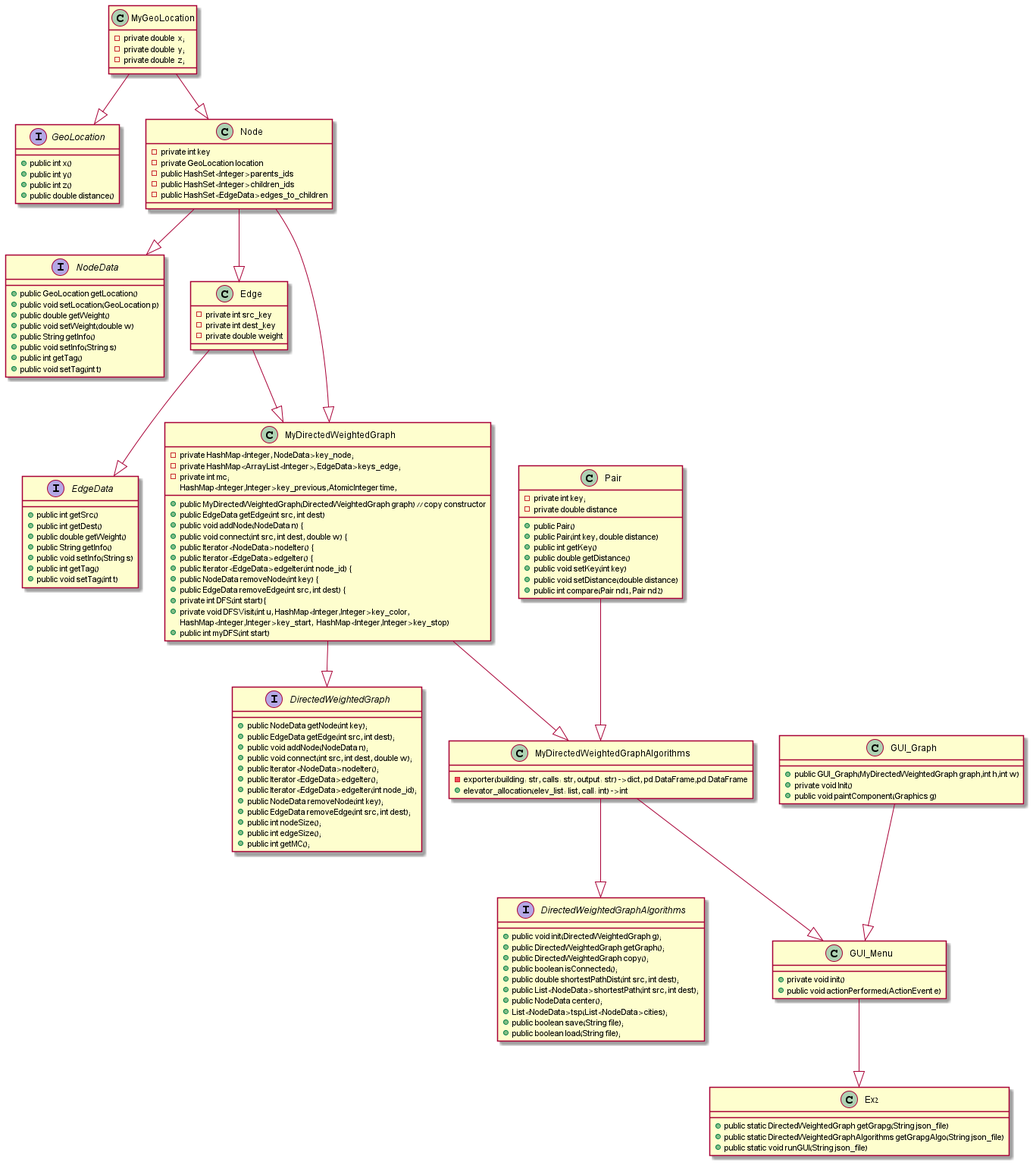
Earlier version of the PlantUML export diagram.png (haimgoldfisher/OOP_Ex2).
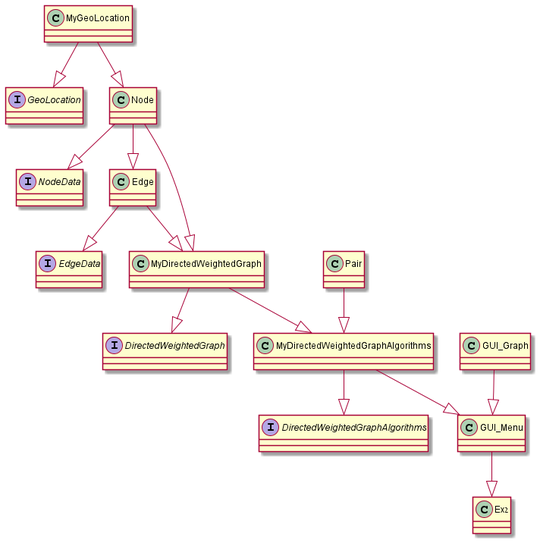
After the change.

The edit, as a diff of the source:
```diff
@@ -3,149 +3,74 @@
 
 interface GeoLocation
 {
-    + public int x()
-    + public int y()
-    + public int z()
-    + public double distance()
+
 }
 
 class MyGeoLocation
 {
-    - private double  x;
-    - private double  y;
-    - private double  z;
+
 }
 
 interface NodeData
 {
-	+ public GeoLocation getLocation()
-	+ public void setLocation(GeoLocation p)
-	+ public double getWeight()
-	+ public void setWeight(double w)
-	+ public String getInfo()
-	+ public void setInfo(String s)
-	+ public int getTag()
-	+ public void setTag(int t)
+
 }
 
 class Node
 {
-    - private int key
-    - private GeoLocation location
-    - public HashSet<Integer> parents_ids
-    - public HashSet<Integer> children_ids
-    - public HashSet<EdgeData> edges_to_children
+
 }
 
 interface EdgeData
 {
-    + public int getSrc()
-    + public int getDest()
-    + public double getWeight()
-    + public String getInfo()
-    + public void setInfo(String s)
-    + public int getTag()
-    + public void setTag(int t)
+
 }
 
 class Edge
 {
-    - private int src_key
-    - private int dest_key
-    - private double weight
+
 }
 
 interface DirectedWeightedGraph
 {
-   	+ public NodeData getNode(int key);
-   	+ public EdgeData getEdge(int src, int dest);
-   	+ public void addNode(NodeData n);
-   	+ public void connect(int src, int dest, double w);
-   	+ public Iterator<NodeData> nodeIter();
-   	+ public Iterator<EdgeData> edgeIter();
-   	+ public Iterator<EdgeData> edgeIter(int node_id);
-   	+ public NodeData removeNode(int key);
-   	+ public EdgeData removeEdge(int src, int dest);
-   	+ public int nodeSize();
-    + public int edgeSize();
-    + public int getMC();
+
 }
 
 class MyDirectedWeightedGraph
 {
-     - private HashMap<Integer, NodeData> key_node;
-     - private HashMap<ArrayList<Integer>, EdgeData> keys_edge;
-     - private int mc;
-     + public MyDirectedWeightedGraph(DirectedWeightedGraph graph) // copy constructor
-     + public EdgeData getEdge(int src, int dest)
-     + public void addNode(NodeData n) {
-     + public void connect(int src, int dest, double w) {
-     + public Iterator<NodeData> nodeIter() {
-     + public Iterator<EdgeData> edgeIter() {
-     + public Iterator<EdgeData> edgeIter(int node_id) {
-     + public NodeData removeNode(int key) {
-     + public EdgeData removeEdge(int src, int dest) {
-     + private int DFS(int start){
-     + private void DFSVisit(int u, HashMap<Integer,Integer> key_color,
-      HashMap<Integer,Integer> key_previous,AtomicInteger time,
-       HashMap<Integer,Integer> key_start,  HashMap<Integer,Integer> key_stop)
-     + public int myDFS(int start)
+
 }
 
 class Pair
 {
-    - private int key;
-    - private double distance
-    + public Pair()
-    + public Pair(int key, double distance)
-    + public int getKey()
-    + public double getDistance()
-    + public void setKey(int key)
-    + public void setDistance(double distance)
-    + public int compare(Pair nd1, Pair nd2)
+
 }
 
 interface DirectedWeightedGraphAlgorithms
 {
-    + public void init(DirectedWeightedGraph g);
-    + public DirectedWeightedGraph getGraph();
-    + public DirectedWeightedGraph copy();
-    + public boolean isConnected();
-    + public double shortestPathDist(int src, int dest);
-    + public List<NodeData> shortestPath(int src, int dest);
-    + public NodeData center();
-    + List<NodeData> tsp(List<NodeData> cities);
-    + public boolean save(String file);
-    + public boolean load(String file);
+
 
 }
 
 class MyDirectedWeightedGraphAlgorithms
 {
-    - exporter(building: str, calls: str, output: str) -> dict, pd.DataFrame,pd.DataFrame
-    + elevator_allocation(elev_list: list, call: int) -> int
+
 
 }
 
 class GUI_Graph
 {
-    + public GUI_Graph(MyDirectedWeightedGraph graph,int h,int w)
-    + private void Init()
-    + public void paintComponent(Graphics g)
+
 
 }
 
 class GUI_Menu
 {
-    + private void init()
-    + public void actionPerformed(ActionEvent e)
+
 }
 
 class Ex2
 {
-    + public static DirectedWeightedGraph getGrapg(String json_file)
-    + public static DirectedWeightedGraphAlgorithms getGrapgAlgo(String json_file)
-    + public static void runGUI(String json_file)
 
 }
 
```
